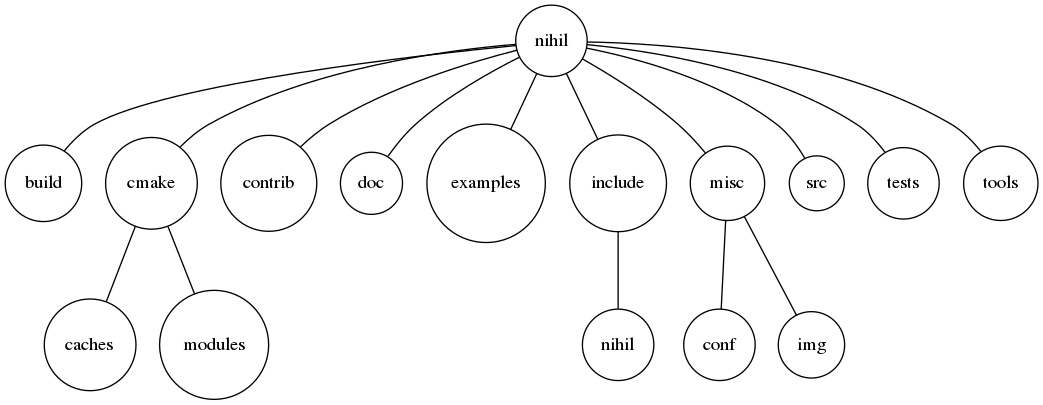
Earlier version of the Graphviz export doc/source/img/output_tree.png (jhxie/skaff). Its source is kept beside it as doc/source/img/output_tree.dot.
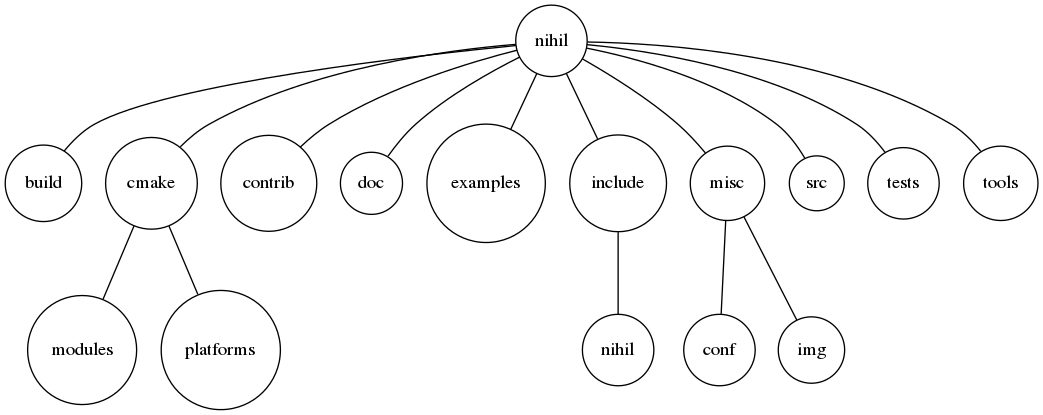
Above is the later version.

Diff of the diagram source:
```diff
@@ -25,15 +25,15 @@
     root -- tools;
 
     /* Level 2 Vertexes */
-    caches[shape="circle"];
     conf[shape="circle"];
     header[label="nihil", shape="circle"];
     img[shape="circle"];
     modules[shape="circle"];
+    platforms[shape="circle"];
 
     /* Level 2 Edges */
-    cmake -- caches;
     cmake -- modules;
+    cmake -- platforms;
     include -- header;
     misc -- conf;
     misc -- img;
```
